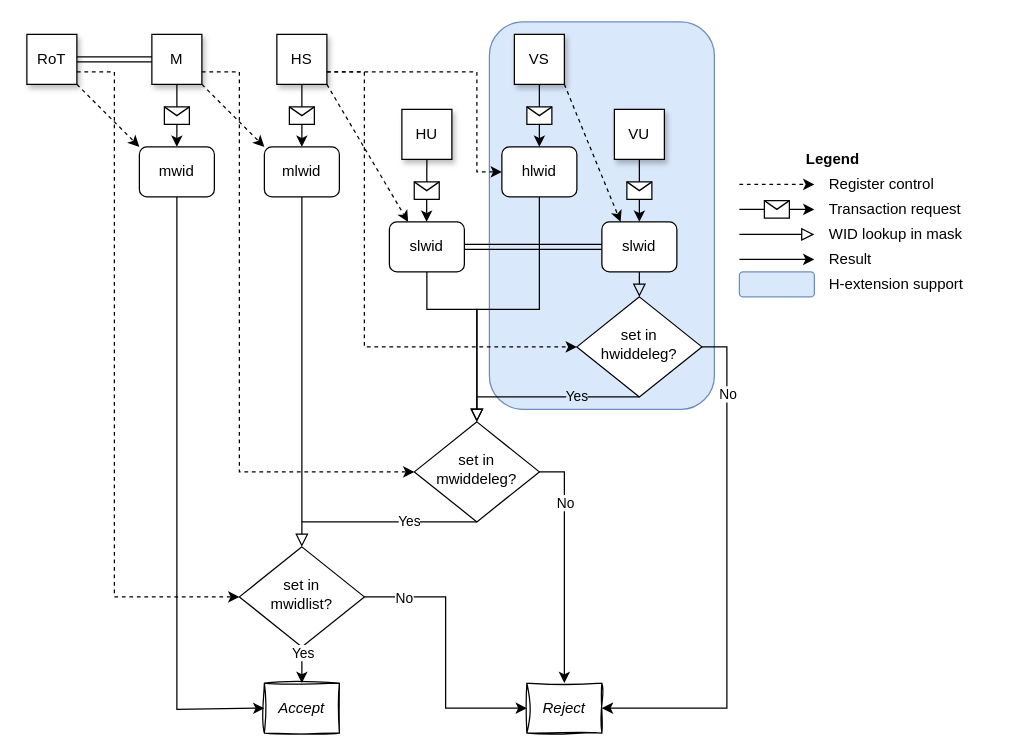
Before: src/images/WG-V1.drawio in MIPS/riscv-partitioning, a draw.io diagram. Source tidied: cells renumbered, new cells numbered last; positions are measured from the earlier drawing's top-left corner, leaving out a move shared by most shapes. Both pictures are drawn from the tidied source at 125%, with x=0, y=0 at pixel (26, 21).
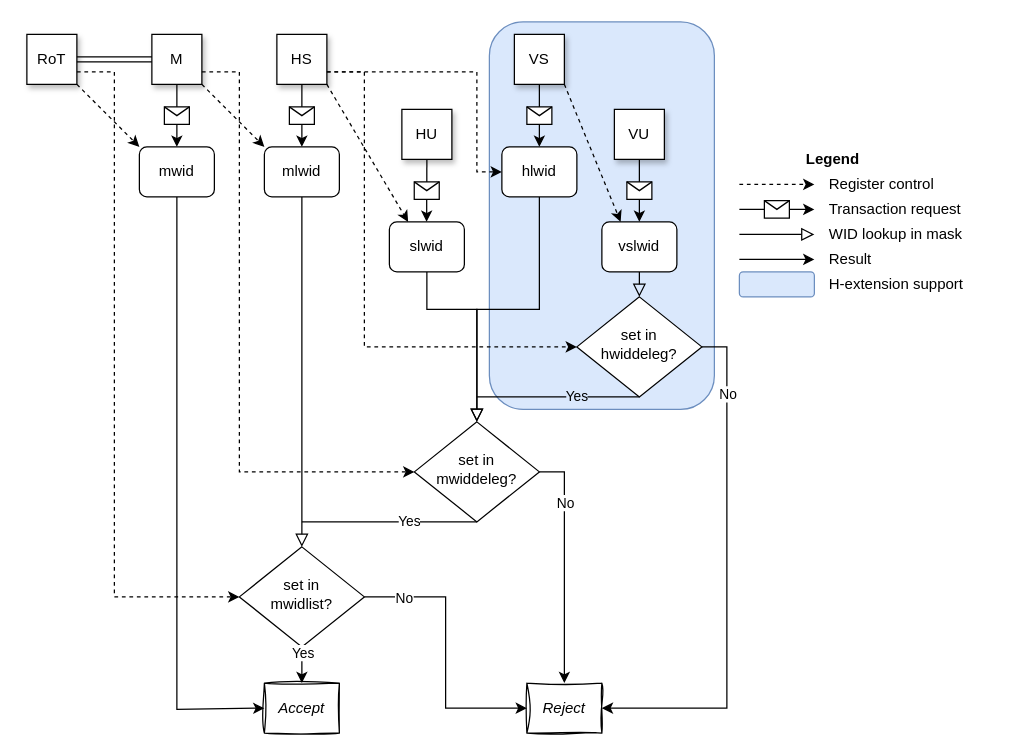
Above is the later version.

Unchanged cells that the change refers to:
```xml
<mxCell id="8" value="slwid" style="rounded=1;whiteSpace=wrap;html=1;fontSize=12;glass=0;strokeWidth=1;shadow=0;" parent="1" vertex="1">
  <mxGeometry x="290" y="160" width="60" height="40" as="geometry" />
</mxCell>
```

Change to the diagram source:
```diff
@@
-    <mxCell id="49" value="slwid" style="rounded=1;whiteSpace=wrap;html=1;fontSize=12;glass=0;strokeWidth=1;shadow=0;" parent="1" vertex="1">
+    <mxCell id="49" value="vslwid" style="rounded=1;whiteSpace=wrap;html=1;fontSize=12;glass=0;strokeWidth=1;shadow=0;" parent="1" vertex="1">
       <mxGeometry x="460" y="160" width="60" height="40" as="geometry" />
     </mxCell>
@@
-    <mxCell id="52" style="shape=link;html=1;rounded=0;exitX=1;exitY=0.5;exitDx=0;exitDy=0;entryX=0;entryY=0.5;entryDx=0;entryDy=0;" parent="1" edge="1" source="8" target="49">
-      <mxGeometry relative="1" as="geometry" />
-    </mxCell>
```
